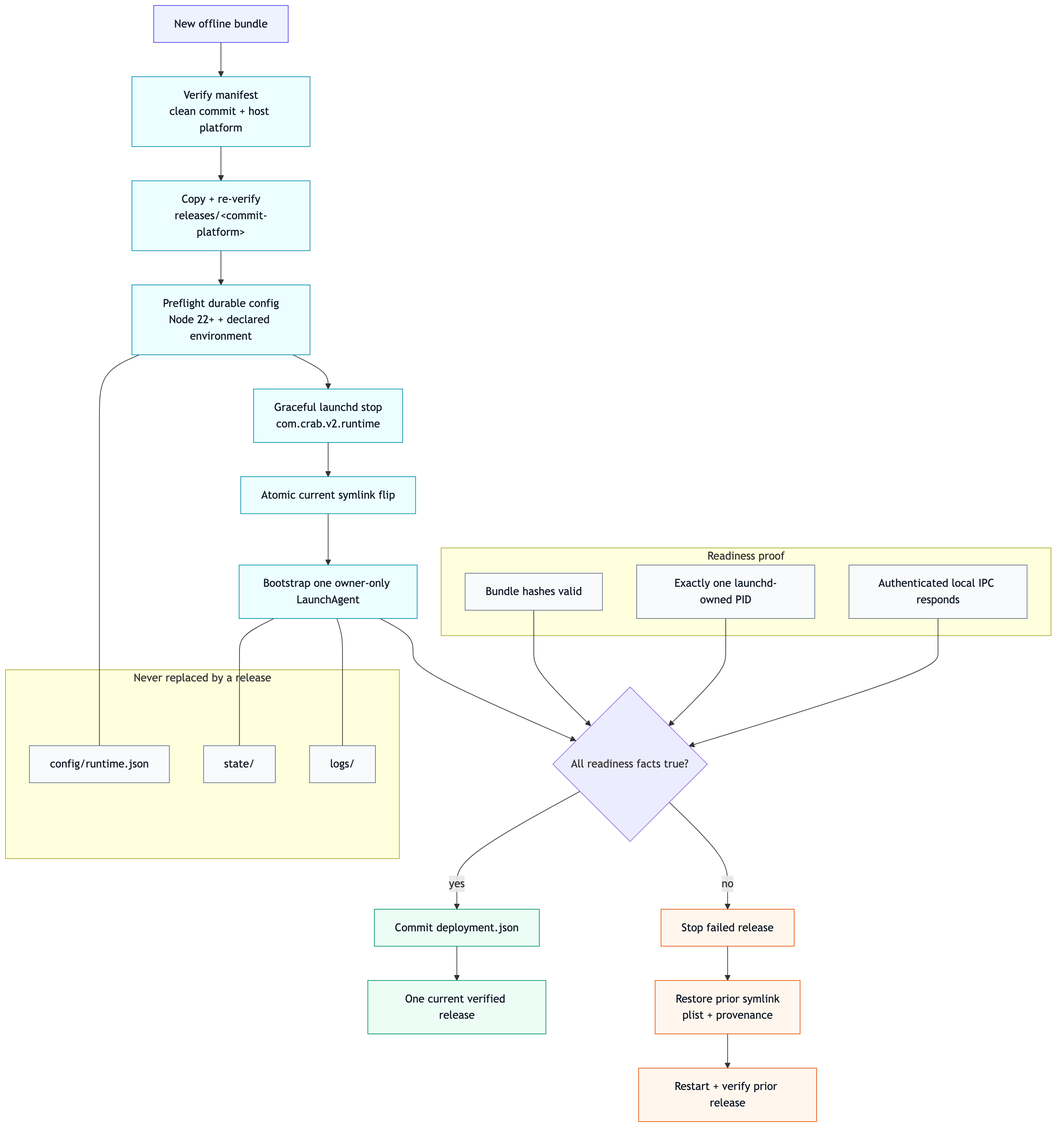
The Mermaid diagram v2/docs/runtime-deploy-flow.png in fontanierh/crab, before a commit. Its source is kept beside it as v2/docs/runtime-deploy-flow.mmd.
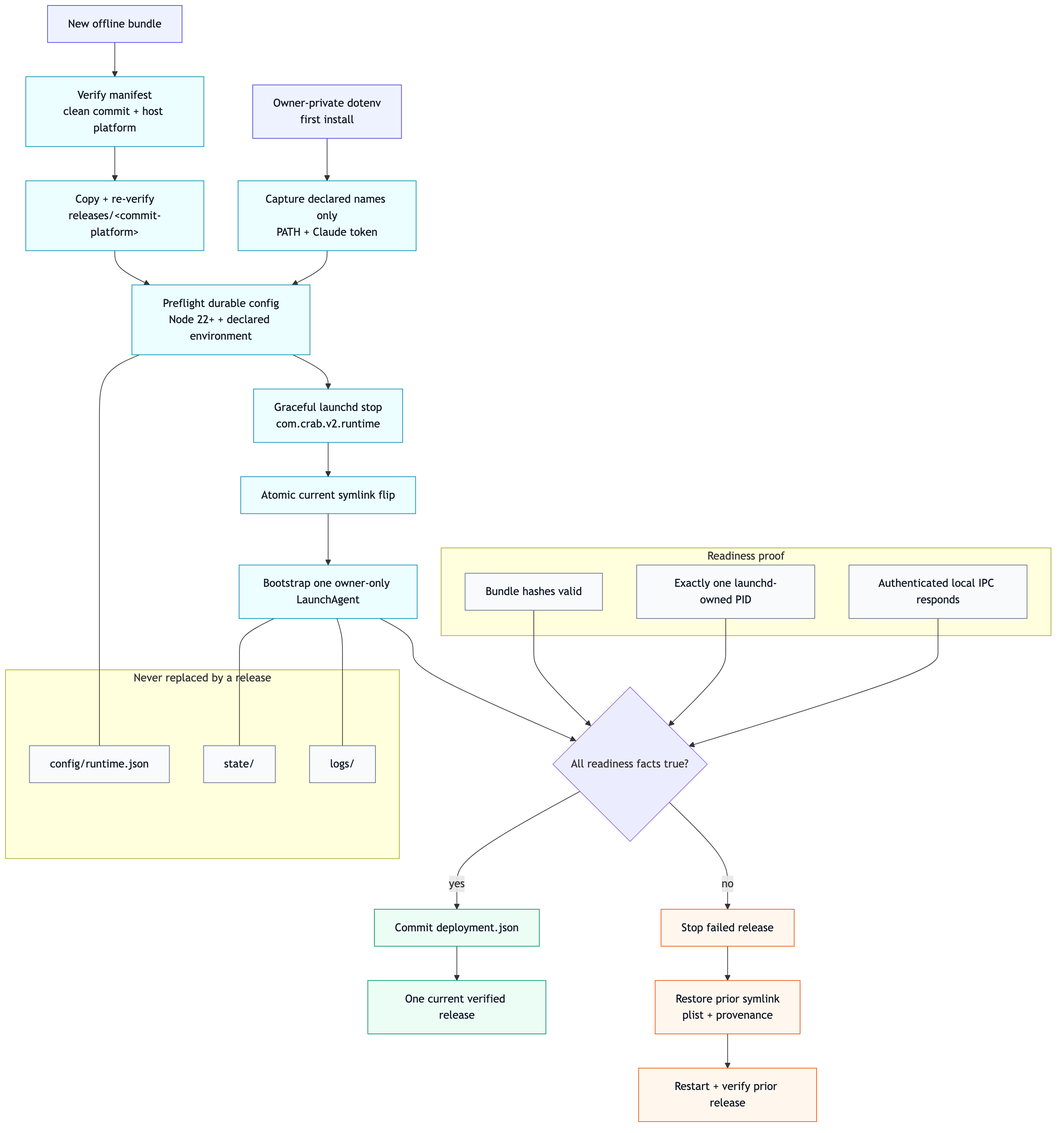
After the change.

Commit message:
fix(v2): preserve Claude service authentication (#248)

Change to the diagram source:
```diff
@@ -2,6 +2,8 @@
     BUNDLE["New offline bundle"] --> VERIFY["Verify manifest<br/>clean commit + host platform"]
     VERIFY --> COPY["Copy + re-verify<br/>releases/&lt;commit-platform&gt;"]
     COPY --> PREFLIGHT["Preflight durable config<br/>Node 22+ + declared environment"]
+    ENV["Owner-private dotenv<br/>first install"] --> CAPTURE["Capture declared names only<br/>PATH + Claude token"]
+    CAPTURE --> PREFLIGHT
     PREFLIGHT --> STOP["Graceful launchd stop<br/>com.crab.v2.runtime"]
     STOP --> FLIP["Atomic current symlink flip"]
     FLIP --> START["Bootstrap one owner-only LaunchAgent"]
@@ -37,8 +39,8 @@
     classDef durable fill:#f8fafc,stroke:#64748b,color:#111827;
     classDef success fill:#ecfdf5,stroke:#059669,color:#111827;
     classDef rollback fill:#fff7ed,stroke:#ea580c,color:#111827;
-    class BUNDLE input;
-    class VERIFY,COPY,PREFLIGHT,STOP,FLIP,START action;
+    class BUNDLE,ENV input;
+    class VERIFY,COPY,CAPTURE,PREFLIGHT,STOP,FLIP,START action;
     class CONFIG,STATE,LOGS,HASH,PID,IPC durable;
     class RECORD,LIVE success;
     class HALT,RESTORE,RESTART rollback;
```
